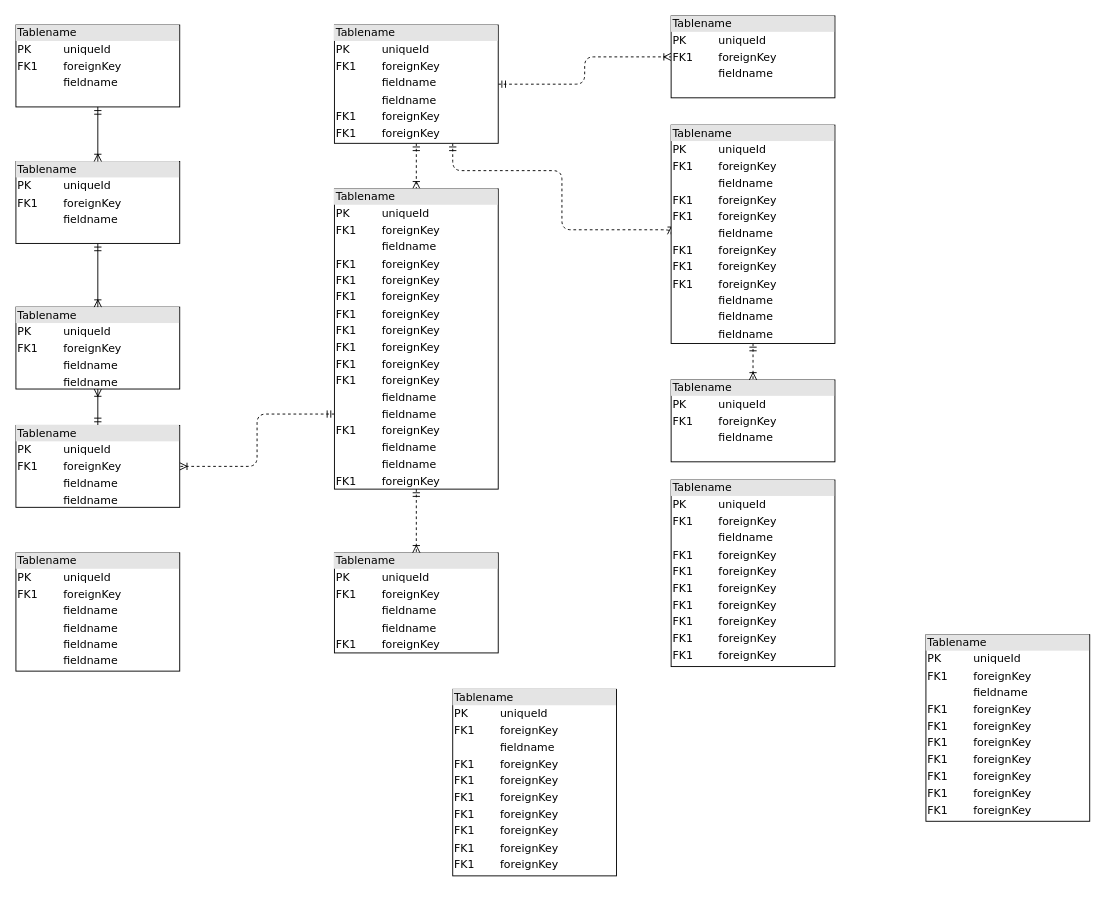
This is CAL AI.drawio from Abrorbek19/hacaton, a draw.io file, before an edit. Source tidied: cells renumbered, new cells numbered last; positions are measured from the earlier drawing's top-left corner, leaving out a move shared by most shapes. Both pictures are drawn from the tidied source at 91%, with x=0, y=0 at pixel (15, 15).
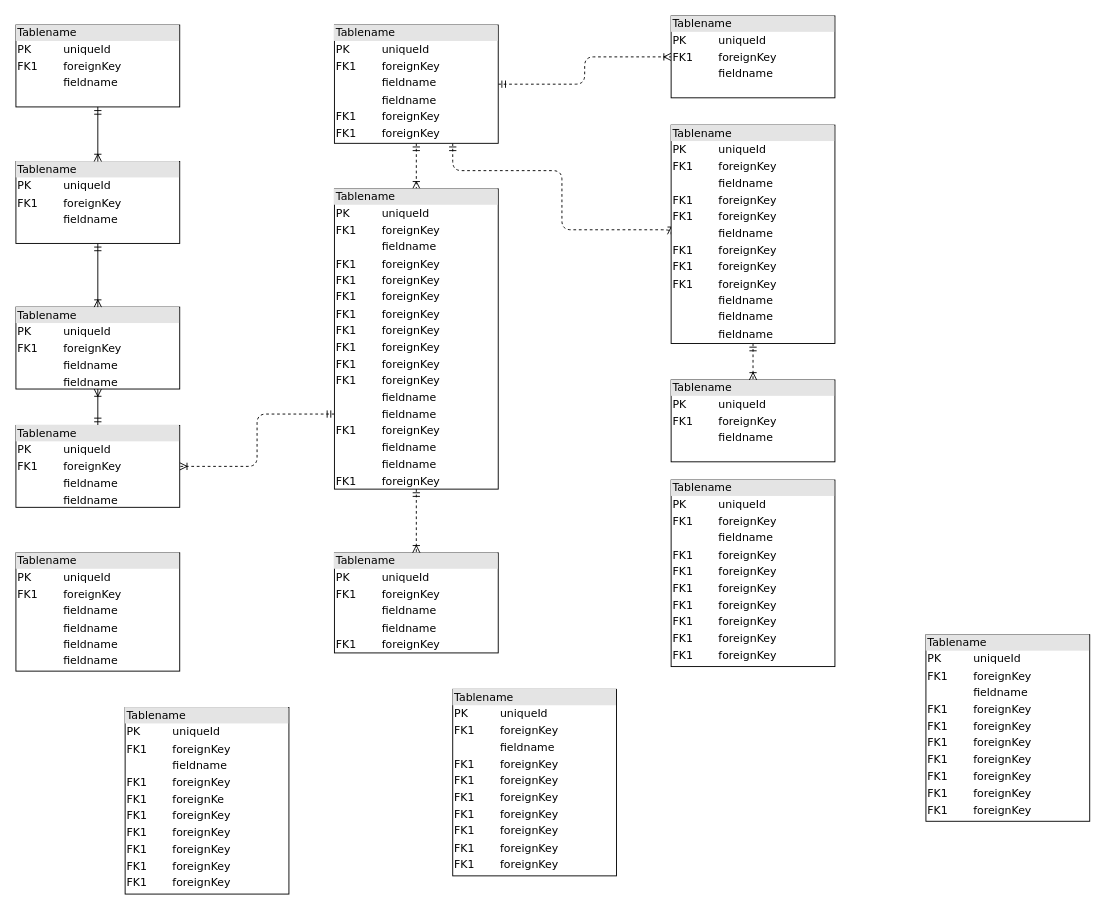
After the change.

What changed in the source:
```diff
@@
+    <mxCell id="25" value="&lt;div style=&quot;box-sizing: border-box; width: 100%; background: rgb(228, 228, 228); padding: 2px;&quot;&gt;Tablename&lt;/div&gt;&lt;table style=&quot;width: 100% ; font-size: 1em&quot; cellpadding=&quot;2&quot; cellspacing=&quot;0&quot;&gt;&lt;tbody&gt;&lt;tr&gt;&lt;td&gt;PK&lt;/td&gt;&lt;td&gt;uniqueId&lt;/td&gt;&lt;/tr&gt;&lt;tr&gt;&lt;td&gt;FK1&lt;/td&gt;&lt;td&gt;foreignKey&lt;/td&gt;&lt;/tr&gt;&lt;tr&gt;&lt;td&gt;&lt;/td&gt;&lt;td&gt;fieldname&lt;/td&gt;&lt;/tr&gt;&lt;tr&gt;&lt;td&gt;FK1&lt;br&gt;&lt;/td&gt;&lt;td&gt;foreignKey&lt;br&gt;&lt;/td&gt;&lt;/tr&gt;&lt;tr&gt;&lt;td&gt;FK1&lt;br&gt;&lt;/td&gt;&lt;td&gt;foreignKe&lt;br&gt;&lt;/td&gt;&lt;/tr&gt;&lt;tr&gt;&lt;td&gt;FK1&lt;br&gt;&lt;/td&gt;&lt;td&gt;foreignKey&lt;br&gt;&lt;/td&gt;&lt;/tr&gt;&lt;tr&gt;&lt;td&gt;FK1&lt;br&gt;&lt;/td&gt;&lt;td&gt;foreignKey&lt;br&gt;&lt;/td&gt;&lt;/tr&gt;&lt;tr&gt;&lt;td&gt;FK1&lt;br&gt;&lt;/td&gt;&lt;td&gt;foreignKey&lt;br&gt;&lt;/td&gt;&lt;/tr&gt;&lt;tr&gt;&lt;td&gt;FK1&lt;br&gt;&lt;/td&gt;&lt;td&gt;foreignKey&lt;br&gt;&lt;/td&gt;&lt;/tr&gt;&lt;tr&gt;&lt;td&gt;FK1&lt;br&gt;&lt;/td&gt;&lt;td&gt;foreignKey&lt;br&gt;&lt;/td&gt;&lt;/tr&gt;&lt;/tbody&gt;&lt;/table&gt;" style="verticalAlign=top;align=left;overflow=fill;html=1;rounded=0;shadow=0;comic=0;labelBackgroundColor=none;strokeWidth=1;fontFamily=Verdana;fontSize=12;" parent="1" vertex="1">
+      <mxGeometry x="120" y="760" width="180" height="205" as="geometry" />
+    </mxCell>
```
